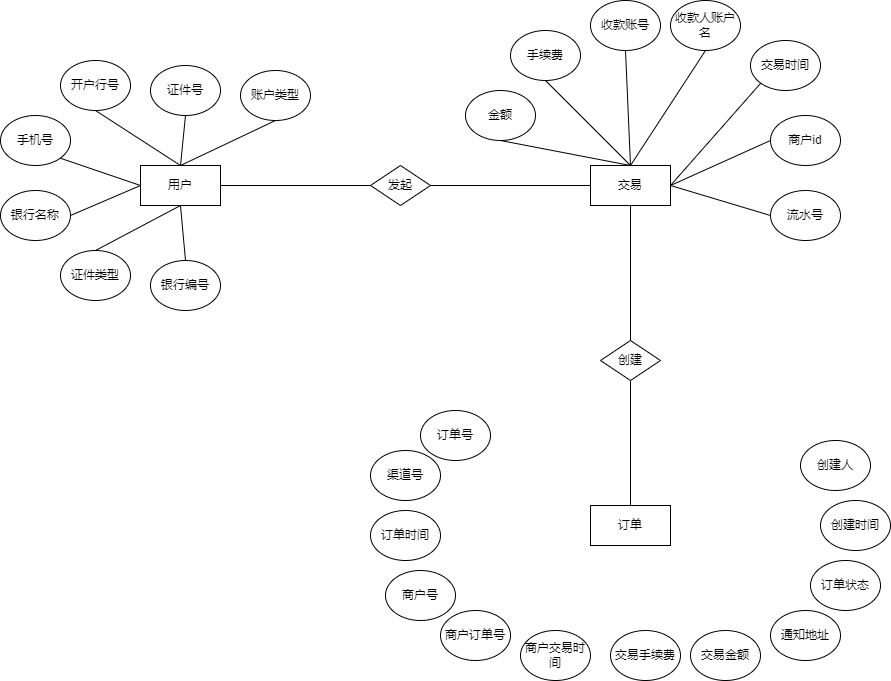
songyibo2019/mydiagrams keeps this draw.io diagram as 代付E-R图1.png. Above is the earlier version. Source tidied: cells renumbered, new cells last; positions are measured from the earlier drawing's top-left corner, leaving out a move shared by most shapes.
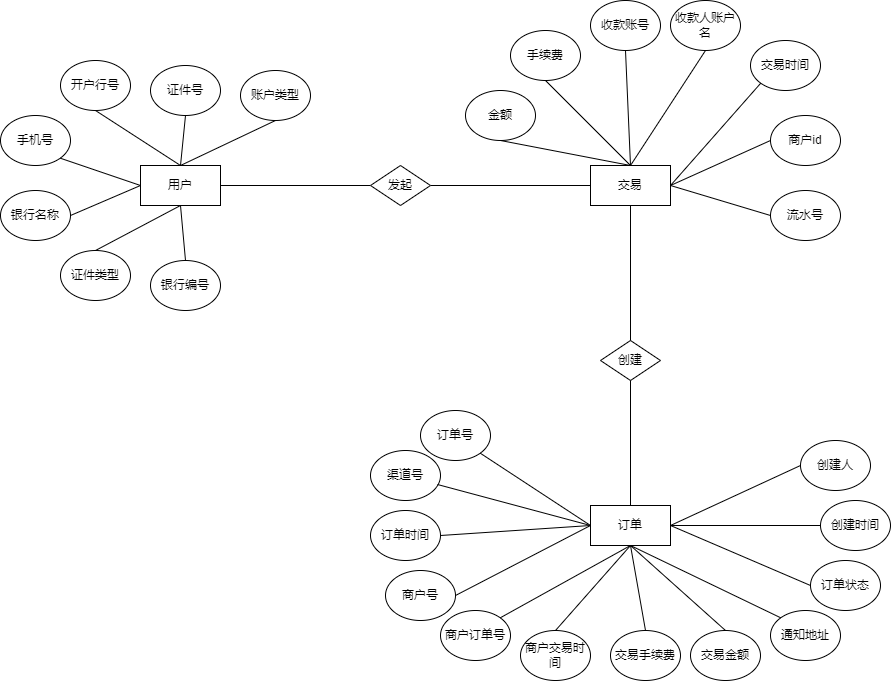
After the change.

Diff of the diagram source:
```diff
@@ -149,5 +149,41 @@
     <mxCell id="50" style="endArrow=none;html=1;rounded=0;entryX=0;entryY=0.5;entryDx=0;entryDy=0;exitX=1;exitY=0.5;exitDx=0;exitDy=0;" parent="1" edge="1" source="4" target="36">
       <mxGeometry relative="1" as="geometry" />
     </mxCell>
+    <mxCell id="51" style="endArrow=none;html=1;rounded=0;exitX=1;exitY=1;exitDx=0;exitDy=0;entryX=0;entryY=0.5;entryDx=0;entryDy=0;" parent="1" edge="1" source="22" target="3">
+      <mxGeometry relative="1" as="geometry" />
+    </mxCell>
+    <mxCell id="52" style="endArrow=none;html=1;rounded=0;exitX=0.957;exitY=0.68;exitDx=0;exitDy=0;entryX=0;entryY=0.5;entryDx=0;entryDy=0;exitPerimeter=0;" parent="1" edge="1" source="26" target="3">
+      <mxGeometry relative="1" as="geometry" />
+    </mxCell>
+    <mxCell id="53" style="endArrow=none;html=1;rounded=0;exitX=1;exitY=0.5;exitDx=0;exitDy=0;entryX=0;entryY=0.5;entryDx=0;entryDy=0;" parent="1" edge="1" source="25" target="3">
+      <mxGeometry relative="1" as="geometry" />
+    </mxCell>
+    <mxCell id="54" style="endArrow=none;html=1;rounded=0;exitX=1;exitY=0.5;exitDx=0;exitDy=0;entryX=0;entryY=0.5;entryDx=0;entryDy=0;" parent="1" edge="1" source="24" target="3">
+      <mxGeometry relative="1" as="geometry" />
+    </mxCell>
+    <mxCell id="55" style="endArrow=none;html=1;rounded=0;exitX=1;exitY=0;exitDx=0;exitDy=0;entryX=0.5;entryY=1;entryDx=0;entryDy=0;" parent="1" edge="1" source="27" target="3">
+      <mxGeometry relative="1" as="geometry" />
+    </mxCell>
+    <mxCell id="56" style="endArrow=none;html=1;rounded=0;exitX=0.5;exitY=0;exitDx=0;exitDy=0;entryX=0.5;entryY=1;entryDx=0;entryDy=0;" parent="1" edge="1" source="23" target="3">
+      <mxGeometry relative="1" as="geometry" />
+    </mxCell>
+    <mxCell id="57" style="endArrow=none;html=1;rounded=0;entryX=0.5;entryY=1;entryDx=0;entryDy=0;exitX=0.5;exitY=0;exitDx=0;exitDy=0;" parent="1" edge="1" source="31" target="3">
+      <mxGeometry relative="1" as="geometry" />
+    </mxCell>
+    <mxCell id="58" style="endArrow=none;html=1;rounded=0;exitX=0.5;exitY=1;exitDx=0;exitDy=0;entryX=0.5;entryY=0;entryDx=0;entryDy=0;" parent="1" edge="1" source="3" target="30">
+      <mxGeometry relative="1" as="geometry" />
+    </mxCell>
+    <mxCell id="59" style="endArrow=none;html=1;rounded=0;exitX=0.5;exitY=1;exitDx=0;exitDy=0;entryX=0;entryY=0;entryDx=0;entryDy=0;" parent="1" edge="1" source="3" target="29">
+      <mxGeometry relative="1" as="geometry" />
+    </mxCell>
+    <mxCell id="60" style="endArrow=none;html=1;rounded=0;entryX=0;entryY=0.5;entryDx=0;entryDy=0;exitX=1;exitY=0.5;exitDx=0;exitDy=0;" parent="1" edge="1" source="3" target="34">
+      <mxGeometry relative="1" as="geometry" />
+    </mxCell>
+    <mxCell id="61" style="endArrow=none;html=1;rounded=0;exitX=1;exitY=0.5;exitDx=0;exitDy=0;entryX=0;entryY=0.5;entryDx=0;entryDy=0;" parent="1" edge="1" source="3" target="33">
+      <mxGeometry relative="1" as="geometry" />
+    </mxCell>
+    <mxCell id="62" style="endArrow=none;html=1;rounded=0;exitX=1;exitY=0.5;exitDx=0;exitDy=0;entryX=0;entryY=0.5;entryDx=0;entryDy=0;" parent="1" edge="1" source="3" target="32">
+      <mxGeometry relative="1" as="geometry" />
+    </mxCell>
   </root>
 </mxGraphModel>
```
